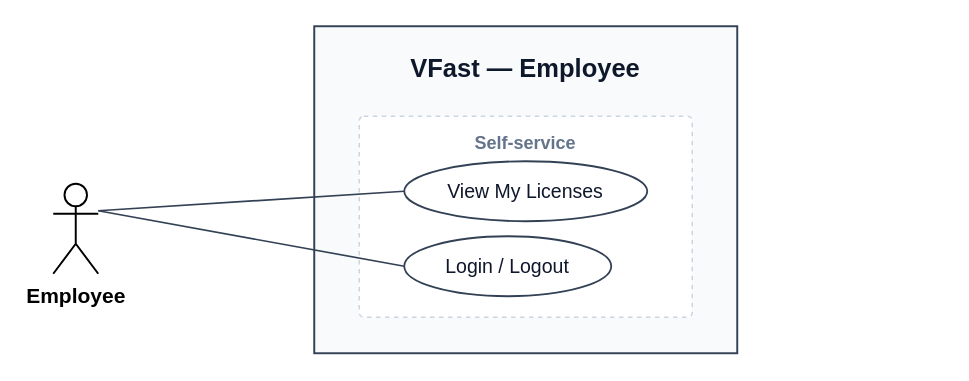
The draw.io diagram docs/diagrams/out/uc_employee.drawio in cuonglpv/VFast, before the edit. Source tidied: cells renumbered, new cells numbered last; positions are measured from the earlier drawing's top-left corner, leaving out a move shared by most shapes. Both pictures are drawn from the tidied source at 150%, with x=0, y=0 at pixel (52, 26).
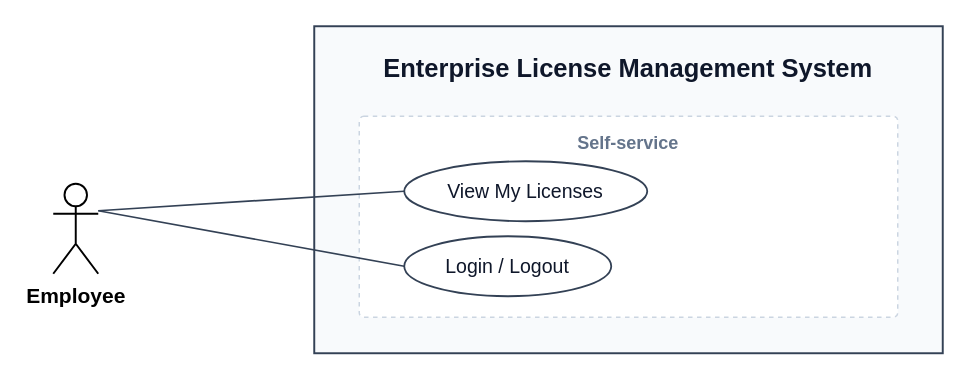
Above is the later version.

Change to the diagram source:
```diff
@@
 <mxGraphModel>
   <root>
     <mxCell id="0" />
     <mxCell id="1" parent="0" />
-    <mxCell id="2" value="VFast — Employee" style="rounded=0;whiteSpace=wrap;html=1;fillColor=#F8FAFC;strokeColor=#334155;strokeWidth=1.3;verticalAlign=top;fontSize=17;fontStyle=1;fontColor=#0f172a;spacingTop=12;fontFamily=Arial;" parent="1" vertex="1">
-      <mxGeometry x="174" width="282" height="218" as="geometry" />
+    <mxCell id="2" value="Enterprise License Management System" style="rounded=0;whiteSpace=wrap;html=1;fillColor=#F8FAFC;strokeColor=#334155;strokeWidth=1.3;verticalAlign=top;fontSize=17;fontStyle=1;fontColor=#0f172a;spacingTop=12;fontFamily=Arial;" parent="1" vertex="1">
+      <mxGeometry x="174" width="419" height="218" as="geometry" />
     </mxCell>
     <mxCell id="3" value="Self-service" style="rounded=1;arcSize=6;absoluteArcSize=1;whiteSpace=wrap;html=1;fillColor=#ffffff;strokeColor=#CBD5E1;dashed=1;strokeWidth=1;verticalAlign=top;align=center;spacingTop=4;fontSize=12;fontStyle=1;fontColor=#64748B;fontFamily=Arial;" parent="1" vertex="1">
-      <mxGeometry x="204" y="60" width="222" height="134" as="geometry" />
+      <mxGeometry x="204" y="60" width="359" height="134" as="geometry" />
     </mxCell>
     <mxCell id="4" value="View My Licenses" style="ellipse;whiteSpace=wrap;html=1;fillColor=#ffffff;strokeColor=#334155;strokeWidth=1.2;fontSize=13;fontColor=#0f172a;fontFamily=Arial;" parent="1" vertex="1">
       <mxGeometry x="234" y="90" width="162" height="40" as="geometry" />
     </mxCell>
     <mxCell id="5" value="Login / Logout" style="ellipse;whiteSpace=wrap;html=1;fillColor=#ffffff;strokeColor=#334155;strokeWidth=1.2;fontSize=13;fontColor=#0f172a;fontFamily=Arial;" parent="1" vertex="1">
       <mxGeometry x="234" y="140" width="138" height="40" as="geometry" />
     </mxCell>
     <mxCell id="6" value="Employee" style="shape=umlActor;verticalLabelPosition=bottom;verticalAlign=top;html=1;outlineConnect=0;fontSize=14;fontStyle=1;fontFamily=Arial;strokeWidth=1.3;" parent="1" vertex="1">
       <mxGeometry y="105" width="30" height="60" as="geometry" />
     </mxCell>
     <mxCell id="7" style="endArrow=none;html=1;rounded=0;strokeColor=#334155;strokeWidth=1.1;exitX=1;exitY=0.3;exitDx=0;exitDy=0;exitPerimeter=0;entryX=0;entryY=0.5;entryDx=0;entryDy=0;" parent="1" edge="1" source="6" target="4">
       <mxGeometry relative="1" as="geometry" />
     </mxCell>
     <mxCell id="8" style="endArrow=none;html=1;rounded=0;strokeColor=#334155;strokeWidth=1.1;exitX=1;exitY=0.3;exitDx=0;exitDy=0;exitPerimeter=0;entryX=0;entryY=0.5;entryDx=0;entryDy=0;" parent="1" edge="1" source="6" target="5">
       <mxGeometry relative="1" as="geometry" />
     </mxCell>
   </root>
 </mxGraphModel>
```
